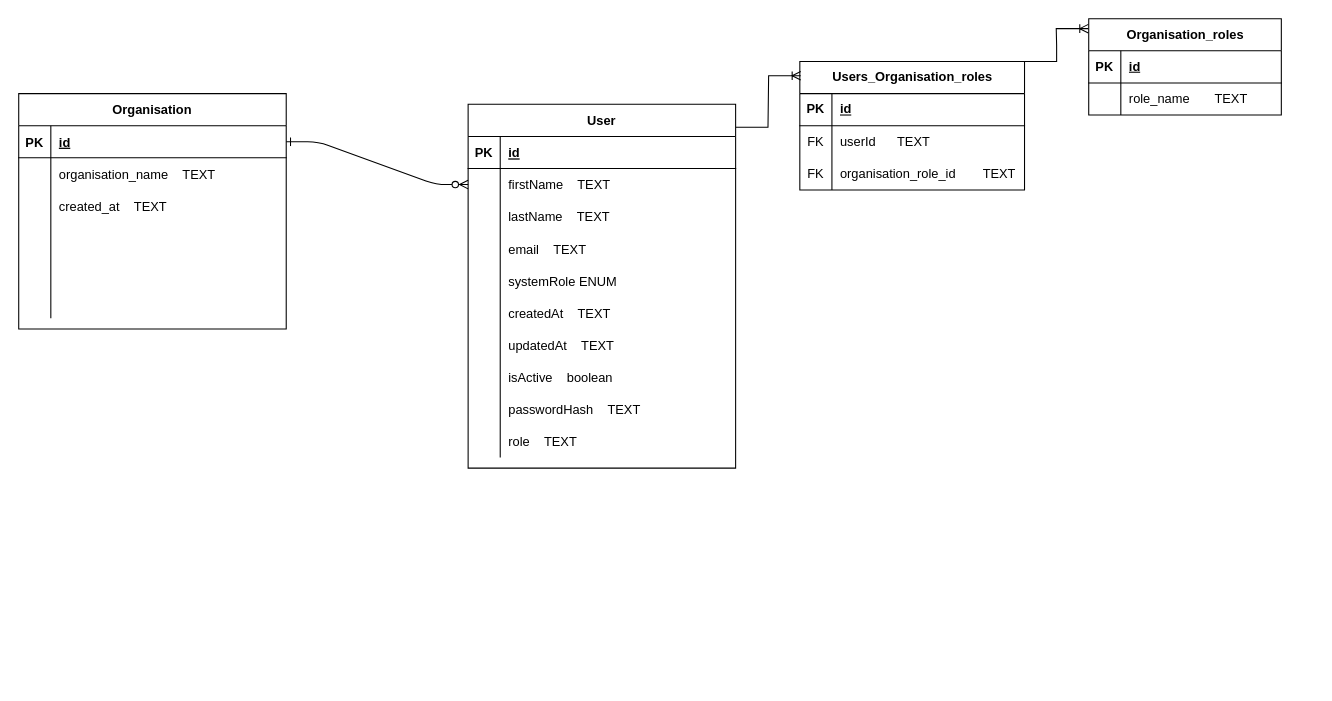
This is Database diagram.drawio from TobiasRoland123/work, a draw.io file, before an edit. Source tidied: cells renumbered, new cells numbered last; positions are measured from the earlier drawing's top-left corner, leaving out a move shared by most shapes. Both pictures are drawn from the tidied source at 107%, with x=0, y=0 at pixel (18, 18).
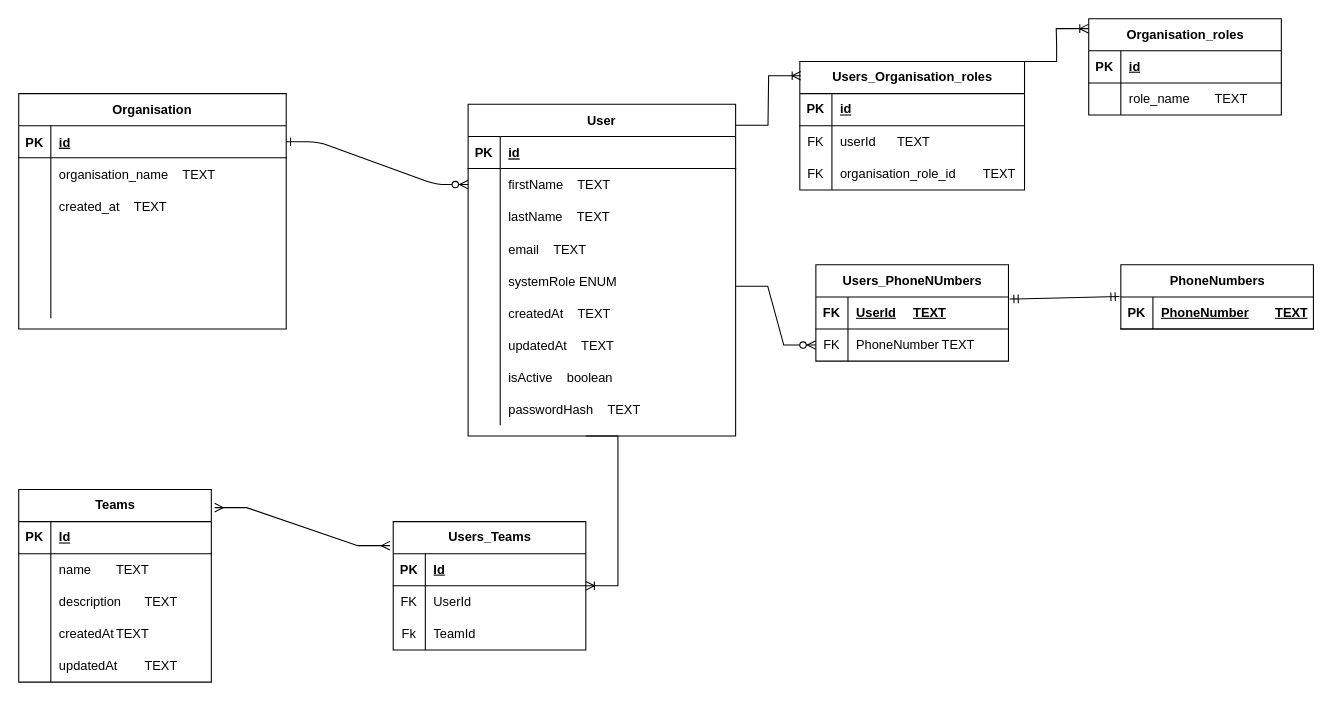
Above is the later version.

Change to the diagram source:
```diff
@@
     <mxCell id="3" value="User" style="shape=table;startSize=30;childLayout=tableLayout;rowLines=0;fontStyle=1;align=center;labelBackgroundColor=none;" parent="1" vertex="1">
-      <mxGeometry x="420" y="80" width="250" height="340" as="geometry" />
+      <mxGeometry x="420" y="80" width="250" height="310" as="geometry" />
     </mxCell>
@@
-    <mxCell id="31" style="shape=partialRectangle;fillColor=none;top=0;left=0;right=0;bottom=0;labelBackgroundColor=none;" parent="3" vertex="1">
-      <mxGeometry y="300" width="250" height="30" as="geometry" />
-    </mxCell>
-    <mxCell id="32" style="shape=partialRectangle;overflow=hidden;fillColor=none;top=0;left=0;bottom=0;right=0;labelBackgroundColor=none;" parent="31" vertex="1">
-      <mxGeometry width="30" height="30" as="geometry" />
-    </mxCell>
-    <mxCell id="33" value="role    TEXT" style="shape=partialRectangle;overflow=hidden;fillColor=none;top=0;left=0;bottom=0;right=0;align=left;spacingLeft=6;labelBackgroundColor=none;" parent="31" vertex="1">
-      <mxGeometry x="30" width="220" height="30" as="geometry" />
-    </mxCell>
@@
+    <mxCell id="72" value="PhoneNumbers" style="shape=table;startSize=30;childLayout=tableLayout;rowLines=0;fontStyle=1;align=center;html=1;" parent="1" vertex="1">
+      <mxGeometry x="1030" y="230" width="180" height="60" as="geometry" />
+    </mxCell>
+    <mxCell id="73" style="shape=tableRow;horizontal=0;startSize=0;swimlaneHead=0;swimlaneBody=0;fillColor=none;points=[[0,0.5],[1,0.5]];portConstraint=eastwest;top=0;left=0;right=0;bottom=1;" parent="72" vertex="1">
+      <mxGeometry y="30" width="180" height="30" as="geometry" />
+    </mxCell>
+    <mxCell id="74" value="PK" style="shape=partialRectangle;fillColor=none;top=0;left=0;bottom=0;right=0;fontStyle=1;overflow=hidden;whiteSpace=wrap;html=1;" parent="73" vertex="1">
+      <mxGeometry width="30" height="30" as="geometry" />
+    </mxCell>
+    <mxCell id="75" value="PhoneNumber&lt;span style=&quot;white-space: pre;&quot;&gt;&#9;&lt;/span&gt;TEXT" style="shape=partialRectangle;fillColor=none;top=0;left=0;bottom=0;right=0;align=left;spacingLeft=6;fontStyle=5;overflow=hidden;whiteSpace=wrap;html=1;" parent="73" vertex="1">
+      <mxGeometry x="30" width="150" height="30" as="geometry" />
+    </mxCell>
+    <mxCell id="76" value="Users_PhoneNUmbers" style="shape=table;startSize=30;childLayout=tableLayout;rowLines=0;fontStyle=1;align=center;html=1;" parent="1" vertex="1">
+      <mxGeometry x="745" y="230" width="180" height="90" as="geometry" />
+    </mxCell>
+    <mxCell id="77" style="shape=tableRow;horizontal=0;startSize=0;swimlaneHead=0;swimlaneBody=0;fillColor=none;points=[[0,0.5],[1,0.5]];portConstraint=eastwest;top=0;left=0;right=0;bottom=1;" parent="76" vertex="1">
+      <mxGeometry y="30" width="180" height="30" as="geometry" />
+    </mxCell>
+    <mxCell id="78" value="FK" style="shape=partialRectangle;fillColor=none;top=0;left=0;bottom=0;right=0;fontStyle=1;overflow=hidden;whiteSpace=wrap;html=1;" parent="77" vertex="1">
+      <mxGeometry width="30" height="30" as="geometry" />
+    </mxCell>
+    <mxCell id="79" value="UserId&lt;span style=&quot;white-space: pre;&quot;&gt;&#9;&lt;/span&gt;TEXT" style="shape=partialRectangle;fillColor=none;top=0;left=0;bottom=0;right=0;align=left;spacingLeft=6;fontStyle=5;overflow=hidden;whiteSpace=wrap;html=1;" parent="77" vertex="1">
+      <mxGeometry x="30" width="150" height="30" as="geometry" />
+    </mxCell>
+    <mxCell id="80" style="shape=tableRow;horizontal=0;startSize=0;swimlaneHead=0;swimlaneBody=0;fillColor=none;points=[[0,0.5],[1,0.5]];portConstraint=eastwest;top=0;left=0;right=0;bottom=0;" parent="76" vertex="1">
+      <mxGeometry y="60" width="180" height="30" as="geometry" />
+    </mxCell>
+    <mxCell id="81" value="FK" style="shape=partialRectangle;fillColor=none;top=0;left=0;bottom=0;right=0;overflow=hidden;whiteSpace=wrap;html=1;" parent="80" vertex="1">
+      <mxGeometry width="30" height="30" as="geometry" />
+    </mxCell>
+    <mxCell id="82" value="PhoneNumber&lt;span style=&quot;white-space: pre;&quot;&gt;&#9;&lt;/span&gt;TEXT" style="shape=partialRectangle;fillColor=none;top=0;left=0;bottom=0;right=0;align=left;spacingLeft=6;overflow=hidden;whiteSpace=wrap;html=1;" parent="80" vertex="1">
+      <mxGeometry x="30" width="150" height="30" as="geometry" />
+    </mxCell>
+    <mxCell id="83" style="edgeStyle=entityRelationEdgeStyle;fontSize=12;html=1;endArrow=ERzeroToMany;endFill=1;rounded=0;entryX=0;entryY=0.5;entryDx=0;entryDy=0;" parent="1" edge="1" target="80">
+      <mxGeometry relative="1" as="geometry">
+        <mxPoint x="670" y="250" as="sourcePoint" />
+        <Array as="points">
+          <mxPoint x="740" y="190" />
+        </Array>
+      </mxGeometry>
+    </mxCell>
+    <mxCell id="84" style="fontSize=12;html=1;endArrow=ERmandOne;startArrow=ERmandOne;rounded=0;entryX=-0.007;entryY=-0.012;entryDx=0;entryDy=0;entryPerimeter=0;exitX=1.006;exitY=0.067;exitDx=0;exitDy=0;exitPerimeter=0;" parent="1" edge="1" source="77" target="73">
+      <mxGeometry relative="1" as="geometry" />
+    </mxCell>
+    <mxCell id="85" value="Teams" style="shape=table;startSize=30;childLayout=tableLayout;rowLines=0;fontStyle=1;align=center;html=1;" parent="1" vertex="1">
+      <mxGeometry y="440" width="180" height="180" as="geometry" />
+    </mxCell>
+    <mxCell id="86" style="shape=tableRow;horizontal=0;startSize=0;swimlaneHead=0;swimlaneBody=0;fillColor=none;top=0;left=0;right=0;bottom=1;" parent="85" vertex="1">
+      <mxGeometry y="30" width="180" height="30" as="geometry" />
+    </mxCell>
+    <mxCell id="87" value="PK" style="shape=partialRectangle;fillColor=none;top=0;left=0;bottom=0;right=0;fontStyle=1;overflow=hidden;whiteSpace=wrap;html=1;" parent="86" vertex="1">
+      <mxGeometry width="30" height="30" as="geometry" />
+    </mxCell>
+    <mxCell id="88" value="Id" style="shape=partialRectangle;fillColor=none;top=0;left=0;bottom=0;right=0;align=left;spacingLeft=6;fontStyle=5;overflow=hidden;whiteSpace=wrap;html=1;" parent="86" vertex="1">
+      <mxGeometry x="30" width="150" height="30" as="geometry" />
+    </mxCell>
+    <mxCell id="89" style="shape=tableRow;horizontal=0;startSize=0;swimlaneHead=0;swimlaneBody=0;fillColor=none;top=0;left=0;right=0;bottom=0;" parent="85" vertex="1">
+      <mxGeometry y="60" width="180" height="30" as="geometry" />
+    </mxCell>
+    <mxCell id="90" style="shape=partialRectangle;fillColor=none;top=0;left=0;bottom=0;right=0;overflow=hidden;whiteSpace=wrap;html=1;" parent="89" vertex="1">
+      <mxGeometry width="30" height="30" as="geometry" />
+    </mxCell>
+    <mxCell id="91" value="name&lt;span style=&quot;white-space: pre;&quot;&gt;&#9;&lt;/span&gt;TEXT" style="shape=partialRectangle;fillColor=none;top=0;left=0;bottom=0;right=0;align=left;spacingLeft=6;overflow=hidden;whiteSpace=wrap;html=1;" parent="89" vertex="1">
+      <mxGeometry x="30" width="150" height="30" as="geometry" />
+    </mxCell>
+    <mxCell id="92" style="shape=tableRow;horizontal=0;startSize=0;swimlaneHead=0;swimlaneBody=0;fillColor=none;top=0;left=0;right=0;bottom=0;" parent="85" vertex="1">
+      <mxGeometry y="90" width="180" height="30" as="geometry" />
+    </mxCell>
+    <mxCell id="93" style="shape=partialRectangle;fillColor=none;top=0;left=0;bottom=0;right=0;overflow=hidden;whiteSpace=wrap;html=1;" parent="92" vertex="1">
+      <mxGeometry width="30" height="30" as="geometry" />
+    </mxCell>
+    <mxCell id="94" value="description&lt;span style=&quot;white-space: pre;&quot;&gt;&#9;&lt;/span&gt;TEXT" style="shape=partialRectangle;fillColor=none;top=0;left=0;bottom=0;right=0;align=left;spacingLeft=6;overflow=hidden;whiteSpace=wrap;html=1;" parent="92" vertex="1">
+      <mxGeometry x="30" width="150" height="30" as="geometry" />
+    </mxCell>
+    <mxCell id="95" style="shape=tableRow;horizontal=0;startSize=0;swimlaneHead=0;swimlaneBody=0;fillColor=none;top=0;left=0;right=0;bottom=0;" parent="85" vertex="1">
+      <mxGeometry y="120" width="180" height="30" as="geometry" />
+    </mxCell>
+    <mxCell id="96" style="shape=partialRectangle;fillColor=none;top=0;left=0;bottom=0;right=0;overflow=hidden;whiteSpace=wrap;html=1;" parent="95" vertex="1">
+      <mxGeometry width="30" height="30" as="geometry" />
+    </mxCell>
+    <mxCell id="97" value="createdAt&lt;span style=&quot;white-space: pre;&quot;&gt;&#9;&lt;/span&gt;TEXT" style="shape=partialRectangle;fillColor=none;top=0;left=0;bottom=0;right=0;align=left;spacingLeft=6;overflow=hidden;whiteSpace=wrap;html=1;" parent="95" vertex="1">
+      <mxGeometry x="30" width="150" height="30" as="geometry" />
+    </mxCell>
+    <mxCell id="98" style="shape=tableRow;horizontal=0;startSize=0;swimlaneHead=0;swimlaneBody=0;fillColor=none;top=0;left=0;right=0;bottom=0;" parent="85" vertex="1">
+      <mxGeometry y="150" width="180" height="30" as="geometry" />
+    </mxCell>
+    <mxCell id="99" style="shape=partialRectangle;fillColor=none;top=0;left=0;bottom=0;right=0;overflow=hidden;whiteSpace=wrap;html=1;" parent="98" vertex="1">
+      <mxGeometry width="30" height="30" as="geometry" />
+    </mxCell>
+    <mxCell id="100" value="updatedAt&lt;span style=&quot;white-space: pre;&quot;&gt;&#9;&lt;/span&gt;TEXT" style="shape=partialRectangle;fillColor=none;top=0;left=0;bottom=0;right=0;align=left;spacingLeft=6;overflow=hidden;whiteSpace=wrap;html=1;" parent="98" vertex="1">
+      <mxGeometry x="30" width="150" height="30" as="geometry" />
+    </mxCell>
+    <mxCell id="101" value="Users_Teams" style="shape=table;startSize=30;childLayout=tableLayout;rowLines=0;fontStyle=1;align=center;html=1;" parent="1" vertex="1">
+      <mxGeometry x="350" y="470" width="180" height="120" as="geometry" />
+    </mxCell>
+    <mxCell id="102" style="shape=tableRow;horizontal=0;startSize=0;swimlaneHead=0;swimlaneBody=0;fillColor=none;top=0;left=0;right=0;bottom=1;" parent="101" vertex="1">
+      <mxGeometry y="30" width="180" height="30" as="geometry" />
+    </mxCell>
+    <mxCell id="103" value="PK" style="shape=partialRectangle;fillColor=none;top=0;left=0;bottom=0;right=0;fontStyle=1;overflow=hidden;whiteSpace=wrap;html=1;" parent="102" vertex="1">
+      <mxGeometry width="30" height="30" as="geometry" />
+    </mxCell>
+    <mxCell id="104" value="Id" style="shape=partialRectangle;fillColor=none;top=0;left=0;bottom=0;right=0;align=left;spacingLeft=6;fontStyle=5;overflow=hidden;whiteSpace=wrap;html=1;" parent="102" vertex="1">
+      <mxGeometry x="30" width="150" height="30" as="geometry" />
+    </mxCell>
+    <mxCell id="105" style="shape=tableRow;horizontal=0;startSize=0;swimlaneHead=0;swimlaneBody=0;fillColor=none;points=[[0,0.5],[1,0.5]];portConstraint=eastwest;top=0;left=0;right=0;bottom=0;" parent="101" vertex="1">
+      <mxGeometry y="60" width="180" height="30" as="geometry" />
+    </mxCell>
+    <mxCell id="106" value="FK" style="shape=partialRectangle;fillColor=none;top=0;left=0;bottom=0;right=0;overflow=hidden;whiteSpace=wrap;html=1;" parent="105" vertex="1">
+      <mxGeometry width="30" height="30" as="geometry" />
+    </mxCell>
+    <mxCell id="107" value="UserId" style="shape=partialRectangle;fillColor=none;top=0;left=0;bottom=0;right=0;align=left;spacingLeft=6;overflow=hidden;whiteSpace=wrap;html=1;" parent="105" vertex="1">
+      <mxGeometry x="30" width="150" height="30" as="geometry" />
+    </mxCell>
+    <mxCell id="108" style="shape=tableRow;horizontal=0;startSize=0;swimlaneHead=0;swimlaneBody=0;fillColor=none;top=0;left=0;right=0;bottom=0;" parent="101" vertex="1">
+      <mxGeometry y="90" width="180" height="30" as="geometry" />
+    </mxCell>
+    <mxCell id="109" value="Fk" style="shape=partialRectangle;fillColor=none;top=0;left=0;bottom=0;right=0;overflow=hidden;whiteSpace=wrap;html=1;" parent="108" vertex="1">
+      <mxGeometry width="30" height="30" as="geometry" />
+    </mxCell>
+    <mxCell id="110" value="TeamId" style="shape=partialRectangle;fillColor=none;top=0;left=0;bottom=0;right=0;align=left;spacingLeft=6;overflow=hidden;whiteSpace=wrap;html=1;" parent="108" vertex="1">
+      <mxGeometry x="30" width="150" height="30" as="geometry" />
+    </mxCell>
+    <mxCell id="111" style="edgeStyle=entityRelationEdgeStyle;fontSize=12;html=1;endArrow=ERoneToMany;rounded=0;entryX=1;entryY=0;entryDx=0;entryDy=0;entryPerimeter=0;" parent="1" edge="1" target="105">
+      <mxGeometry relative="1" as="geometry">
+        <mxPoint x="530" y="390" as="sourcePoint" />
+      </mxGeometry>
+    </mxCell>
+    <mxCell id="112" style="edgeStyle=entityRelationEdgeStyle;fontSize=12;html=1;endArrow=ERmany;startArrow=ERmany;rounded=0;exitX=1.017;exitY=0.094;exitDx=0;exitDy=0;exitPerimeter=0;entryX=-0.017;entryY=0.187;entryDx=0;entryDy=0;entryPerimeter=0;" parent="1" edge="1" source="85" target="101">
+      <mxGeometry relative="1" as="geometry" />
+    </mxCell>
```
